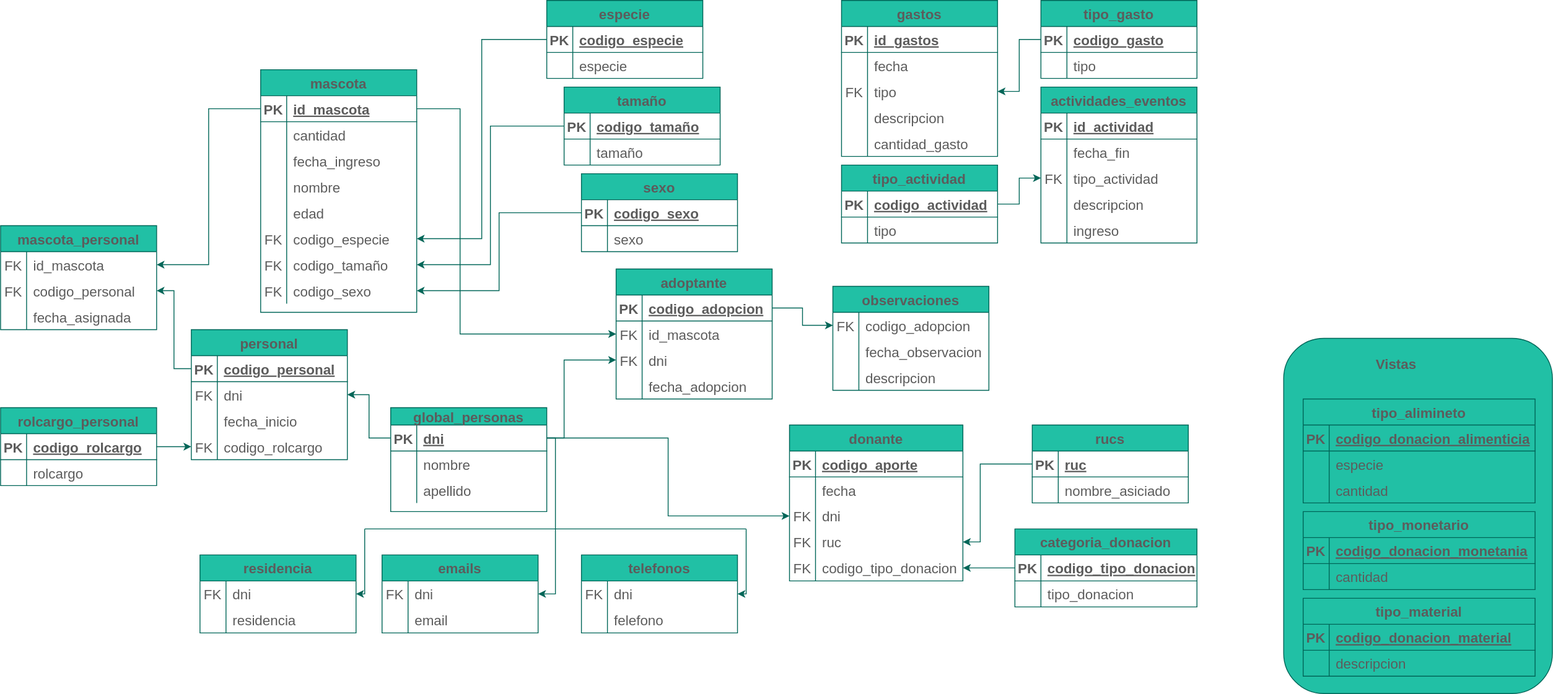
Above: diagramas/tablas/Untitled Diagram.drawio.svg in Leo-Spj/SQL-CoderHouse (draw.io), before the change. Source tidied: cells renumbered, new cells last; positions are measured from the earlier drawing's top-left corner, leaving out a move shared by most shapes.
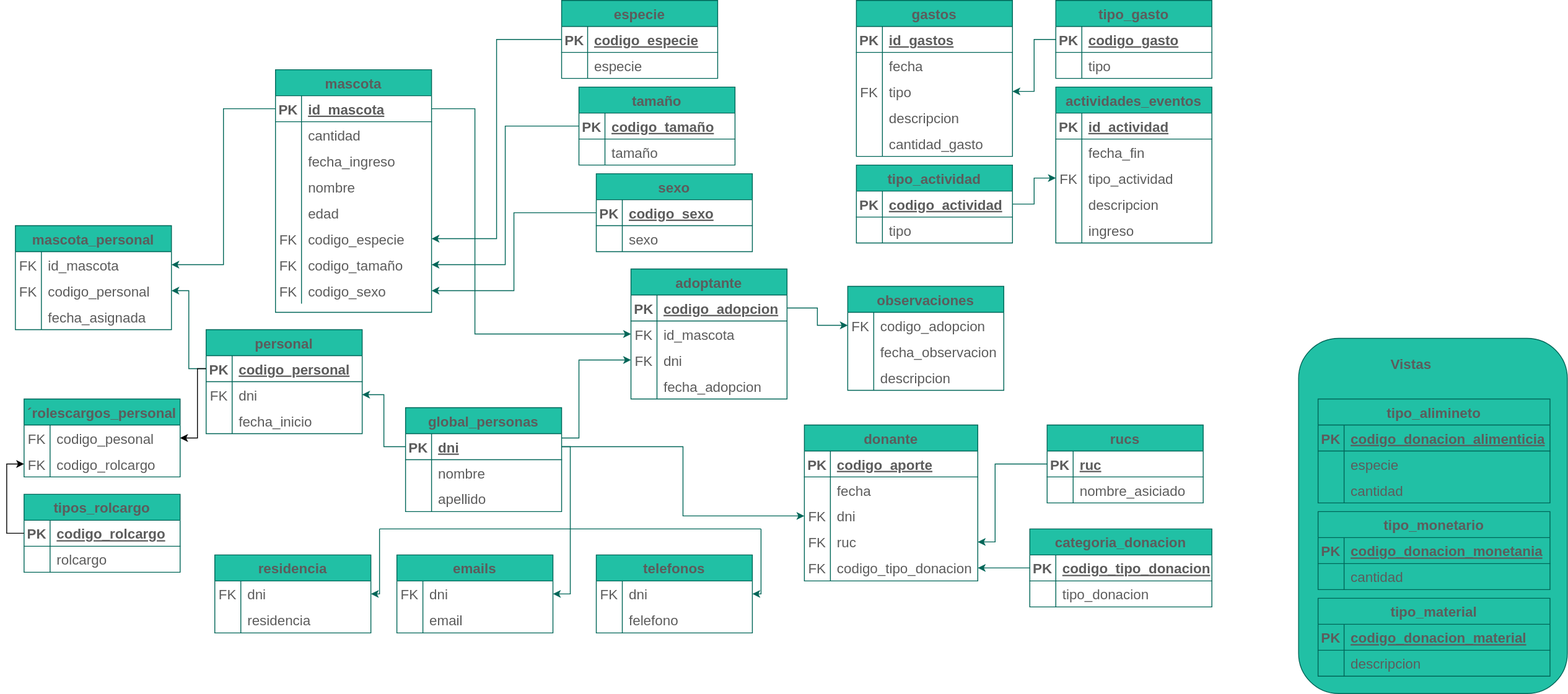
Above is the later version.

What changed in the source:
```diff
@@ -140,11 +140,11 @@
     <mxCell id="47" value="sexo" style="shape=partialRectangle;fillColor=none;top=0;left=0;bottom=0;right=0;align=left;spacingLeft=6;overflow=hidden;fontSize=16;strokeColor=#006658;fontColor=#5C5C5C;" parent="45" vertex="1">
       <mxGeometry x="30" width="150" height="30" as="geometry" />
     </mxCell>
-    <mxCell id="48" value="global_personas" style="shape=table;startSize=20;rowLines=0;fontStyle=1;align=center;fontSize=16;fillColor=#21C0A5;strokeColor=#006658;fontColor=#5C5C5C;" parent="1" vertex="1">
+    <mxCell id="48" value="global_personas" style="shape=table;startSize=30;rowLines=0;fontStyle=1;align=center;fontSize=16;fillColor=#21C0A5;strokeColor=#006658;fontColor=#5C5C5C;" parent="1" vertex="1">
       <mxGeometry x="450" y="470" width="180" height="120" as="geometry" />
     </mxCell>
     <mxCell id="49" style="shape=tableRow;horizontal=0;startSize=0;swimlaneHead=0;swimlaneBody=0;fillColor=none;points=[[0,0.5],[1,0.5]];portConstraint=eastwest;top=0;left=0;right=0;bottom=1;fontSize=16;strokeColor=#006658;fontColor=#5C5C5C;" parent="48" vertex="1">
-      <mxGeometry y="20" width="180" height="30" as="geometry" />
+      <mxGeometry y="30" width="180" height="30" as="geometry" />
     </mxCell>
     <mxCell id="50" value="PK" style="shape=partialRectangle;fillColor=none;top=0;left=0;bottom=0;right=0;fontStyle=1;overflow=hidden;fontSize=16;strokeColor=#006658;fontColor=#5C5C5C;" parent="49" vertex="1">
       <mxGeometry width="30" height="30" as="geometry" />
@@ -153,7 +153,7 @@
       <mxGeometry x="30" width="150" height="30" as="geometry" />
     </mxCell>
     <mxCell id="52" style="shape=tableRow;horizontal=0;startSize=0;swimlaneHead=0;swimlaneBody=0;fillColor=none;top=0;left=0;right=0;bottom=0;fontSize=16;strokeColor=#006658;fontColor=#5C5C5C;" parent="48" vertex="1">
-      <mxGeometry y="50" width="180" height="30" as="geometry" />
+      <mxGeometry y="60" width="180" height="30" as="geometry" />
     </mxCell>
     <mxCell id="53" style="shape=partialRectangle;fillColor=none;top=0;left=0;bottom=0;right=0;overflow=hidden;fontSize=16;strokeColor=#006658;fontColor=#5C5C5C;" parent="52" vertex="1">
       <mxGeometry width="30" height="30" as="geometry" />
@@ -162,7 +162,7 @@
       <mxGeometry x="30" width="150" height="30" as="geometry" />
     </mxCell>
     <mxCell id="55" style="shape=tableRow;horizontal=0;startSize=0;swimlaneHead=0;swimlaneBody=0;fillColor=none;top=0;left=0;right=0;bottom=0;fontSize=16;strokeColor=#006658;fontColor=#5C5C5C;" parent="48" vertex="1">
-      <mxGeometry y="80" width="180" height="30" as="geometry" />
+      <mxGeometry y="90" width="180" height="30" as="geometry" />
     </mxCell>
     <mxCell id="56" style="shape=partialRectangle;fillColor=none;top=0;left=0;bottom=0;right=0;overflow=hidden;fontSize=16;strokeColor=#006658;fontColor=#5C5C5C;" parent="55" vertex="1">
       <mxGeometry width="30" height="30" as="geometry" />
@@ -234,7 +234,7 @@
       <mxGeometry x="30" width="150" height="30" as="geometry" />
     </mxCell>
     <mxCell id="79" value="personal" style="shape=table;startSize=30;rowLines=0;fontStyle=1;align=center;fontSize=16;fillColor=#21C0A5;strokeColor=#006658;fontColor=#5C5C5C;" parent="1" vertex="1">
-      <mxGeometry x="220" y="380" width="180" height="150" as="geometry" />
+      <mxGeometry x="220" y="380" width="180" height="120" as="geometry" />
     </mxCell>
     <mxCell id="80" style="shape=tableRow;horizontal=0;startSize=0;swimlaneHead=0;swimlaneBody=0;fillColor=none;points=[[0,0.5],[1,0.5]];portConstraint=eastwest;top=0;left=0;right=0;bottom=1;fontSize=16;strokeColor=#006658;fontColor=#5C5C5C;" parent="79" vertex="1">
       <mxGeometry y="30" width="180" height="30" as="geometry" />
@@ -263,17 +263,8 @@
     <mxCell id="88" value="fecha_inicio" style="shape=partialRectangle;fillColor=none;top=0;left=0;bottom=0;right=0;align=left;spacingLeft=6;overflow=hidden;fontSize=16;strokeColor=#006658;fontColor=#5C5C5C;" parent="86" vertex="1">
       <mxGeometry x="30" width="150" height="30" as="geometry" />
     </mxCell>
-    <mxCell id="89" style="shape=tableRow;horizontal=0;startSize=0;swimlaneHead=0;swimlaneBody=0;fillColor=none;points=[[0,0.5],[1,0.5]];portConstraint=eastwest;top=0;left=0;right=0;bottom=0;fontSize=16;strokeColor=#006658;fontColor=#5C5C5C;" parent="79" vertex="1">
-      <mxGeometry y="120" width="180" height="30" as="geometry" />
-    </mxCell>
-    <mxCell id="90" value="FK" style="shape=partialRectangle;fillColor=none;top=0;left=0;bottom=0;right=0;overflow=hidden;fontSize=16;strokeColor=#006658;fontColor=#5C5C5C;" parent="89" vertex="1">
-      <mxGeometry width="30" height="30" as="geometry" />
-    </mxCell>
-    <mxCell id="91" value="codigo_rolcargo" style="shape=partialRectangle;fillColor=none;top=0;left=0;bottom=0;right=0;align=left;spacingLeft=6;overflow=hidden;fontSize=16;strokeColor=#006658;fontColor=#5C5C5C;" parent="89" vertex="1">
-      <mxGeometry x="30" width="150" height="30" as="geometry" />
-    </mxCell>
-    <mxCell id="92" value="rolcargo_personal" style="shape=table;startSize=30;rowLines=0;fontStyle=1;align=center;fontSize=16;fillColor=#21C0A5;strokeColor=#006658;fontColor=#5C5C5C;" parent="1" vertex="1">
-      <mxGeometry y="470" width="180" height="90" as="geometry" />
+    <mxCell id="92" value="tipos_rolcargo" style="shape=table;startSize=30;rowLines=0;fontStyle=1;align=center;fontSize=16;fillColor=#21C0A5;strokeColor=#006658;fontColor=#5C5C5C;" parent="1" vertex="1">
+      <mxGeometry x="10" y="570" width="180" height="90" as="geometry" />
     </mxCell>
     <mxCell id="93" style="shape=tableRow;horizontal=0;startSize=0;swimlaneHead=0;swimlaneBody=0;fillColor=none;points=[[0,0.5],[1,0.5]];portConstraint=eastwest;top=0;left=0;right=0;bottom=1;fontSize=16;strokeColor=#006658;fontColor=#5C5C5C;" parent="92" vertex="1">
       <mxGeometry y="30" width="180" height="30" as="geometry" />
@@ -293,9 +284,6 @@
     <mxCell id="98" value="rolcargo" style="shape=partialRectangle;fillColor=none;top=0;left=0;bottom=0;right=0;align=left;spacingLeft=6;overflow=hidden;fontSize=16;strokeColor=#006658;fontColor=#5C5C5C;" parent="96" vertex="1">
       <mxGeometry x="30" width="150" height="30" as="geometry" />
     </mxCell>
-    <mxCell id="99" style="edgeStyle=orthogonalEdgeStyle;rounded=0;jettySize=auto;html=1;elbow=vertical;fontSize=16;strokeColor=#006658;fontColor=#5C5C5C;" parent="1" edge="1" source="93" target="89">
-      <mxGeometry relative="1" as="geometry" />
-    </mxCell>
     <mxCell id="100" value="mascota_personal" style="shape=table;startSize=30;rowLines=0;fontStyle=1;align=center;fontSize=16;fillColor=#21C0A5;strokeColor=#006658;fontColor=#5C5C5C;" parent="1" vertex="1">
       <mxGeometry y="260" width="180" height="120" as="geometry" />
     </mxCell>
@@ -784,5 +772,42 @@
         </Array>
       </mxGeometry>
     </mxCell>
+    <mxCell id="254" value="´rolescargos_personal" style="shape=table;startSize=30;rowLines=0;fontStyle=1;align=center;fontSize=16;fillColor=#21C0A5;strokeColor=#006658;fontColor=#5C5C5C;" parent="1" vertex="1">
+      <mxGeometry x="10" y="460" width="180" height="90" as="geometry" />
+    </mxCell>
+    <mxCell id="255" style="shape=tableRow;horizontal=0;startSize=0;swimlaneHead=0;swimlaneBody=0;fillColor=none;points=[[0,0.5],[1,0.5]];portConstraint=eastwest;top=0;left=0;right=0;bottom=0;fontSize=16;strokeColor=#006658;fontColor=#5C5C5C;" parent="254" vertex="1">
+      <mxGeometry y="30" width="180" height="30" as="geometry" />
+    </mxCell>
+    <mxCell id="256" value="FK" style="shape=partialRectangle;fillColor=none;top=0;left=0;bottom=0;right=0;overflow=hidden;fontSize=16;strokeColor=#006658;fontColor=#5C5C5C;" parent="255" vertex="1">
+      <mxGeometry width="30" height="30" as="geometry" />
+    </mxCell>
+    <mxCell id="257" value="codigo_pesonal" style="shape=partialRectangle;fillColor=none;top=0;left=0;bottom=0;right=0;align=left;spacingLeft=6;overflow=hidden;fontSize=16;strokeColor=#006658;fontColor=#5C5C5C;" parent="255" vertex="1">
+      <mxGeometry x="30" width="150" height="30" as="geometry" />
+    </mxCell>
+    <mxCell id="258" style="shape=tableRow;horizontal=0;startSize=0;swimlaneHead=0;swimlaneBody=0;fillColor=none;points=[[0,0.5],[1,0.5]];portConstraint=eastwest;top=0;left=0;right=0;bottom=0;fontSize=16;strokeColor=#006658;fontColor=#5C5C5C;" parent="254" vertex="1">
+      <mxGeometry y="60" width="180" height="30" as="geometry" />
+    </mxCell>
+    <mxCell id="259" value="FK" style="shape=partialRectangle;fillColor=none;top=0;left=0;bottom=0;right=0;overflow=hidden;fontSize=16;strokeColor=#006658;fontColor=#5C5C5C;" parent="258" vertex="1">
+      <mxGeometry width="30" height="30" as="geometry" />
+    </mxCell>
+    <mxCell id="91" value="codigo_rolcargo" style="shape=partialRectangle;fillColor=none;top=0;left=0;bottom=0;right=0;align=left;spacingLeft=6;overflow=hidden;fontSize=16;strokeColor=#006658;fontColor=#5C5C5C;" parent="258" vertex="1">
+      <mxGeometry x="30" width="150" height="30" as="geometry" />
+    </mxCell>
+    <mxCell id="260" style="edgeStyle=orthogonalEdgeStyle;rounded=0;jettySize=auto;html=1;" parent="1" edge="1" source="80" target="255">
+      <mxGeometry relative="1" as="geometry">
+        <Array as="points">
+          <mxPoint x="210" y="425" />
+          <mxPoint x="210" y="505" />
+        </Array>
+      </mxGeometry>
+    </mxCell>
+    <mxCell id="261" style="edgeStyle=orthogonalEdgeStyle;rounded=0;jettySize=auto;html=1;" parent="1" edge="1" source="93" target="258">
+      <mxGeometry relative="1" as="geometry">
+        <Array as="points">
+          <mxPoint x="-10" y="615" />
+          <mxPoint x="-10" y="535" />
+        </Array>
+      </mxGeometry>
+    </mxCell>
   </root>
 </mxGraphModel>
```
